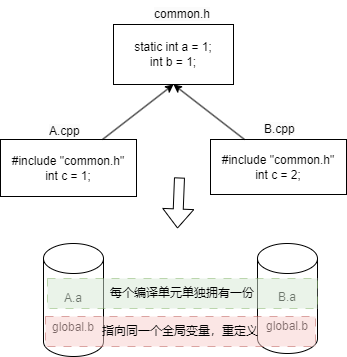
The draw.io diagram CS/语言/C(++)/static.drawio.png in sirius-zyj/Images, before a commit. Source tidied: cells renumbered, new cells last; positions are measured from the earlier drawing's top-left corner, leaving out a move shared by most shapes.
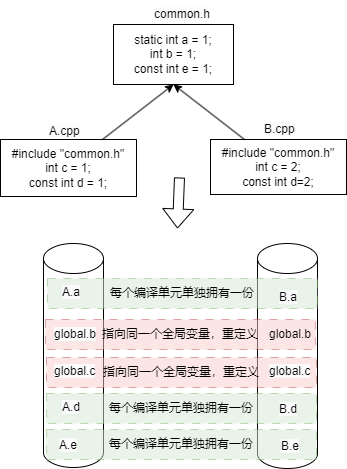
Later version of the same file.

What changed in the source:
```diff
@@ -2,10 +2,10 @@
   <root>
     <mxCell id="0" />
     <mxCell id="1" parent="0" />
-    <mxCell id="2" value="#include &quot;common.h&quot;&lt;div&gt;int c = 1;&lt;/div&gt;" style="rounded=0;whiteSpace=wrap;html=1;" parent="1" vertex="1">
+    <mxCell id="2" value="#include &quot;common.h&quot;&lt;div&gt;int c = 1;&lt;/div&gt;&lt;div&gt;const int d = 1;&lt;/div&gt;" style="rounded=0;whiteSpace=wrap;html=1;" parent="1" vertex="1">
       <mxGeometry y="139" width="136" height="57" as="geometry" />
     </mxCell>
-    <mxCell id="3" value="static int a = 1;&lt;div&gt;int b = 1;&lt;/div&gt;" style="rounded=0;whiteSpace=wrap;html=1;" parent="1" vertex="1">
+    <mxCell id="3" value="static int a = 1;&lt;div&gt;int b = 1;&lt;/div&gt;&lt;div&gt;const int e = 1;&lt;/div&gt;" style="rounded=0;whiteSpace=wrap;html=1;" parent="1" vertex="1">
       <mxGeometry x="113" y="24" width="120" height="60" as="geometry" />
     </mxCell>
     <mxCell id="4" value="&lt;span style=&quot;color: rgb(0, 0, 0); font-family: Helvetica; font-size: 12px; font-style: normal; font-variant-ligatures: normal; font-variant-caps: normal; font-weight: 400; letter-spacing: normal; orphans: 2; text-align: center; text-indent: 0px; text-transform: none; widows: 2; word-spacing: 0px; -webkit-text-stroke-width: 0px; white-space: normal; background-color: rgb(251, 251, 251); text-decoration-thickness: initial; text-decoration-style: initial; text-decoration-color: initial; display: inline !important; float: none;&quot;&gt;common.h&lt;/span&gt;" style="text;whiteSpace=wrap;html=1;" parent="1" vertex="1">
@@ -17,7 +17,7 @@
     <mxCell id="6" value="&lt;span style=&quot;color: rgb(0, 0, 0); font-family: Helvetica; font-size: 12px; font-style: normal; font-variant-ligatures: normal; font-variant-caps: normal; font-weight: 400; letter-spacing: normal; orphans: 2; text-align: center; text-indent: 0px; text-transform: none; widows: 2; word-spacing: 0px; -webkit-text-stroke-width: 0px; white-space: normal; background-color: rgb(251, 251, 251); text-decoration-thickness: initial; text-decoration-style: initial; text-decoration-color: initial; display: inline !important; float: none;&quot;&gt;B.cpp&lt;/span&gt;" style="text;whiteSpace=wrap;html=1;" parent="1" vertex="1">
       <mxGeometry x="262" y="115" width="59" height="36" as="geometry" />
     </mxCell>
-    <mxCell id="7" value="#include &quot;common.h&quot;&lt;div&gt;int c = 2;&lt;/div&gt;" style="rounded=0;whiteSpace=wrap;html=1;" parent="1" vertex="1">
+    <mxCell id="7" value="#include &quot;common.h&quot;&lt;div&gt;int c = 2;&lt;/div&gt;&lt;div&gt;const int d=2;&lt;/div&gt;" style="rounded=0;whiteSpace=wrap;html=1;" parent="1" vertex="1">
       <mxGeometry x="210" y="139" width="136" height="55" as="geometry" />
     </mxCell>
     <mxCell id="8" style="endArrow=classic;html=1;rounded=0;exitX=0.75;exitY=0;exitDx=0;exitDy=0;entryX=0.5;entryY=1;entryDx=0;entryDy=0;" parent="1" edge="1" source="2" target="3">
@@ -32,17 +32,56 @@
         <mxPoint x="177" y="228" as="targetPoint" />
       </mxGeometry>
     </mxCell>
-    <mxCell id="11" value="A.a&lt;div&gt;&lt;br&gt;&lt;div&gt;global.b&lt;/div&gt;&lt;/div&gt;" style="shape=cylinder3;whiteSpace=wrap;html=1;boundedLbl=1;backgroundOutline=1;size=15;" parent="1" vertex="1">
-      <mxGeometry x="43" y="243" width="60" height="113" as="geometry" />
+    <mxCell id="11" value="&lt;br&gt;&lt;div&gt;&lt;br&gt;&lt;/div&gt;" style="shape=cylinder3;whiteSpace=wrap;html=1;boundedLbl=1;backgroundOutline=1;size=15;" parent="1" vertex="1">
+      <mxGeometry x="43" y="243" width="60" height="224" as="geometry" />
     </mxCell>
-    <mxCell id="12" value="B.a&lt;div&gt;&lt;br&gt;&lt;div&gt;global.b&lt;/div&gt;&lt;/div&gt;" style="shape=cylinder3;whiteSpace=wrap;html=1;boundedLbl=1;backgroundOutline=1;size=15;" parent="1" vertex="1">
-      <mxGeometry x="257" y="243" width="60" height="110" as="geometry" />
+    <mxCell id="12" style="shape=cylinder3;whiteSpace=wrap;html=1;boundedLbl=1;backgroundOutline=1;size=15;" parent="1" vertex="1">
+      <mxGeometry x="257" y="243" width="60" height="225" as="geometry" />
     </mxCell>
     <mxCell id="13" value="指向同一个全局变量，重定义" style="rounded=0;whiteSpace=wrap;html=1;dashed=1;dashPattern=8 8;opacity=50;fillColor=#f8cecc;strokeColor=#b85450;" parent="1" vertex="1">
-      <mxGeometry x="45" y="316" width="270" height="30" as="geometry" />
+      <mxGeometry x="45" y="319" width="270" height="30" as="geometry" />
     </mxCell>
     <mxCell id="14" value="每个编译单元单独拥有一份" style="rounded=0;whiteSpace=wrap;html=1;dashed=1;dashPattern=8 8;opacity=50;fillColor=#d5e8d4;strokeColor=#82b366;" parent="1" vertex="1">
       <mxGeometry x="47" y="278" width="270" height="30" as="geometry" />
     </mxCell>
+    <mxCell id="15" value="&lt;span style=&quot;color: rgb(0, 0, 0); font-family: Helvetica; font-size: 12px; font-style: normal; font-variant-ligatures: normal; font-variant-caps: normal; font-weight: 400; letter-spacing: normal; orphans: 2; text-align: center; text-indent: 0px; text-transform: none; widows: 2; word-spacing: 0px; -webkit-text-stroke-width: 0px; white-space: normal; background-color: rgb(251, 251, 251); text-decoration-thickness: initial; text-decoration-style: initial; text-decoration-color: initial; display: inline !important; float: none;&quot;&gt;A.a&lt;/span&gt;" style="text;whiteSpace=wrap;html=1;" parent="1" vertex="1">
+      <mxGeometry x="60" y="278" width="46" height="36" as="geometry" />
+    </mxCell>
+    <mxCell id="16" value="&lt;span style=&quot;color: rgb(0, 0, 0); font-family: Helvetica; font-size: 12px; font-style: normal; font-variant-ligatures: normal; font-variant-caps: normal; font-weight: 400; letter-spacing: normal; orphans: 2; text-align: center; text-indent: 0px; text-transform: none; widows: 2; word-spacing: 0px; -webkit-text-stroke-width: 0px; white-space: normal; background-color: rgb(251, 251, 251); text-decoration-thickness: initial; text-decoration-style: initial; text-decoration-color: initial; display: inline !important; float: none;&quot;&gt;B.a&lt;/span&gt;" style="text;whiteSpace=wrap;html=1;" parent="1" vertex="1">
+      <mxGeometry x="277" y="283" width="46" height="36" as="geometry" />
+    </mxCell>
+    <mxCell id="17" value="&lt;br class=&quot;Apple-interchange-newline&quot;&gt;&lt;br style=&quot;color: rgb(0, 0, 0); font-family: Helvetica; font-size: 12px; font-style: normal; font-variant-ligatures: normal; font-variant-caps: normal; font-weight: 400; letter-spacing: normal; orphans: 2; text-align: center; text-indent: 0px; text-transform: none; widows: 2; word-spacing: 0px; -webkit-text-stroke-width: 0px; white-space: normal; text-decoration-thickness: initial; text-decoration-style: initial; text-decoration-color: initial;&quot;&gt;&lt;div style=&quot;color: rgb(0, 0, 0); font-family: Helvetica; font-size: 12px; font-style: normal; font-variant-ligatures: normal; font-variant-caps: normal; font-weight: 400; letter-spacing: normal; orphans: 2; text-align: center; text-indent: 0px; text-transform: none; widows: 2; word-spacing: 0px; -webkit-text-stroke-width: 0px; white-space: normal; text-decoration-thickness: initial; text-decoration-style: initial; text-decoration-color: initial;&quot;&gt;global.b&lt;/div&gt;" style="text;whiteSpace=wrap;html=1;" parent="1" vertex="1">
+      <mxGeometry x="267" y="291" width="70" height="65" as="geometry" />
+    </mxCell>
+    <mxCell id="18" value="&lt;span style=&quot;color: rgb(0, 0, 0); font-family: Helvetica; font-size: 12px; font-style: normal; font-variant-ligatures: normal; font-variant-caps: normal; font-weight: 400; letter-spacing: normal; orphans: 2; text-align: center; text-indent: 0px; text-transform: none; widows: 2; word-spacing: 0px; -webkit-text-stroke-width: 0px; white-space: normal; background-color: rgb(251, 251, 251); text-decoration-thickness: initial; text-decoration-style: initial; text-decoration-color: initial; display: inline !important; float: none;&quot;&gt;global.b&lt;/span&gt;" style="text;whiteSpace=wrap;html=1;" parent="1" vertex="1">
+      <mxGeometry x="52" y="320" width="70" height="36" as="geometry" />
+    </mxCell>
+    <mxCell id="19" value="指向同一个全局变量，重定义" style="rounded=0;whiteSpace=wrap;html=1;dashed=1;dashPattern=8 8;opacity=50;fillColor=#f8cecc;strokeColor=#b85450;" parent="1" vertex="1">
+      <mxGeometry x="46" y="357" width="270" height="30" as="geometry" />
+    </mxCell>
+    <mxCell id="20" value="&lt;span style=&quot;color: rgb(0, 0, 0); font-family: Helvetica; font-size: 12px; font-style: normal; font-variant-ligatures: normal; font-variant-caps: normal; font-weight: 400; letter-spacing: normal; orphans: 2; text-align: center; text-indent: 0px; text-transform: none; widows: 2; word-spacing: 0px; -webkit-text-stroke-width: 0px; white-space: normal; background-color: rgb(251, 251, 251); text-decoration-thickness: initial; text-decoration-style: initial; text-decoration-color: initial; display: inline !important; float: none;&quot;&gt;global.c&lt;/span&gt;" style="text;whiteSpace=wrap;html=1;" parent="1" vertex="1">
+      <mxGeometry x="52" y="357" width="70" height="36" as="geometry" />
+    </mxCell>
+    <mxCell id="21" value="&lt;span style=&quot;color: rgb(0, 0, 0); font-family: Helvetica; font-size: 12px; font-style: normal; font-variant-ligatures: normal; font-variant-caps: normal; font-weight: 400; letter-spacing: normal; orphans: 2; text-align: center; text-indent: 0px; text-transform: none; widows: 2; word-spacing: 0px; -webkit-text-stroke-width: 0px; white-space: normal; background-color: rgb(251, 251, 251); text-decoration-thickness: initial; text-decoration-style: initial; text-decoration-color: initial; display: inline !important; float: none;&quot;&gt;global.c&lt;/span&gt;" style="text;whiteSpace=wrap;html=1;" parent="1" vertex="1">
+      <mxGeometry x="267" y="357" width="70" height="36" as="geometry" />
+    </mxCell>
+    <mxCell id="22" value="每个编译单元单独拥有一份" style="rounded=0;whiteSpace=wrap;html=1;dashed=1;dashPattern=8 8;opacity=50;fillColor=#d5e8d4;strokeColor=#82b366;" parent="1" vertex="1">
+      <mxGeometry x="46" y="393" width="270" height="30" as="geometry" />
+    </mxCell>
+    <mxCell id="23" value="&lt;span style=&quot;color: rgb(0, 0, 0); font-family: Helvetica; font-size: 12px; font-style: normal; font-variant-ligatures: normal; font-variant-caps: normal; font-weight: 400; letter-spacing: normal; orphans: 2; text-align: center; text-indent: 0px; text-transform: none; widows: 2; word-spacing: 0px; -webkit-text-stroke-width: 0px; white-space: normal; background-color: rgb(251, 251, 251); text-decoration-thickness: initial; text-decoration-style: initial; text-decoration-color: initial; display: inline !important; float: none;&quot;&gt;A.d&lt;/span&gt;" style="text;whiteSpace=wrap;html=1;" parent="1" vertex="1">
+      <mxGeometry x="60" y="393" width="46" height="36" as="geometry" />
+    </mxCell>
+    <mxCell id="24" value="&lt;span style=&quot;color: rgb(0, 0, 0); font-family: Helvetica; font-size: 12px; font-style: normal; font-variant-ligatures: normal; font-variant-caps: normal; font-weight: 400; letter-spacing: normal; orphans: 2; text-align: center; text-indent: 0px; text-transform: none; widows: 2; word-spacing: 0px; -webkit-text-stroke-width: 0px; white-space: normal; background-color: rgb(251, 251, 251); text-decoration-thickness: initial; text-decoration-style: initial; text-decoration-color: initial; display: inline !important; float: none;&quot;&gt;B.d&lt;/span&gt;" style="text;whiteSpace=wrap;html=1;" parent="1" vertex="1">
+      <mxGeometry x="277" y="395" width="46" height="36" as="geometry" />
+    </mxCell>
+    <mxCell id="25" value="每个编译单元单独拥有一份" style="rounded=0;whiteSpace=wrap;html=1;dashed=1;dashPattern=8 8;opacity=50;fillColor=#d5e8d4;strokeColor=#82b366;" parent="1" vertex="1">
+      <mxGeometry x="46" y="429" width="270" height="30" as="geometry" />
+    </mxCell>
+    <mxCell id="26" value="&lt;span style=&quot;color: rgb(0, 0, 0); font-family: Helvetica; font-size: 12px; font-style: normal; font-variant-ligatures: normal; font-variant-caps: normal; font-weight: 400; letter-spacing: normal; orphans: 2; text-align: center; text-indent: 0px; text-transform: none; widows: 2; word-spacing: 0px; -webkit-text-stroke-width: 0px; white-space: normal; background-color: rgb(251, 251, 251); text-decoration-thickness: initial; text-decoration-style: initial; text-decoration-color: initial; display: inline !important; float: none;&quot;&gt;A.e&lt;/span&gt;" style="text;whiteSpace=wrap;html=1;" parent="1" vertex="1">
+      <mxGeometry x="57" y="431" width="46" height="36" as="geometry" />
+    </mxCell>
+    <mxCell id="27" value="&lt;span style=&quot;color: rgb(0, 0, 0); font-family: Helvetica; font-size: 12px; font-style: normal; font-variant-ligatures: normal; font-variant-caps: normal; font-weight: 400; letter-spacing: normal; orphans: 2; text-align: center; text-indent: 0px; text-transform: none; widows: 2; word-spacing: 0px; -webkit-text-stroke-width: 0px; white-space: normal; background-color: rgb(251, 251, 251); text-decoration-thickness: initial; text-decoration-style: initial; text-decoration-color: initial; display: inline !important; float: none;&quot;&gt;B.e&lt;/span&gt;" style="text;whiteSpace=wrap;html=1;" parent="1" vertex="1">
+      <mxGeometry x="279" y="432" width="46" height="36" as="geometry" />
+    </mxCell>
   </root>
 </mxGraphModel>
```
